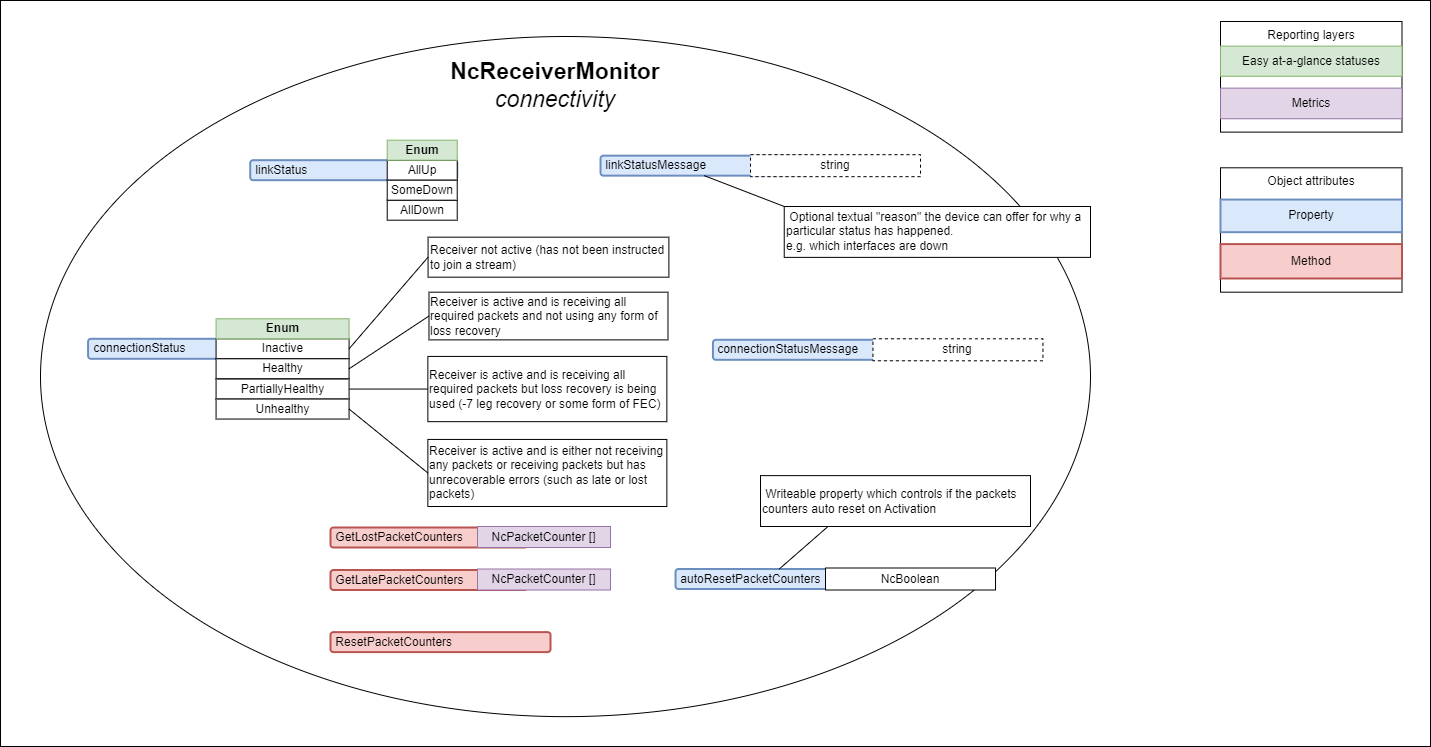
This is docs/images/receiver-model-connectivity.png from AMWA-TV/bcp-008-01, a draw.io export, as it was before one commit. Source tidied: cells renumbered, new cells last; positions are measured from the earlier drawing's top-left corner, leaving out a move shared by most shapes.
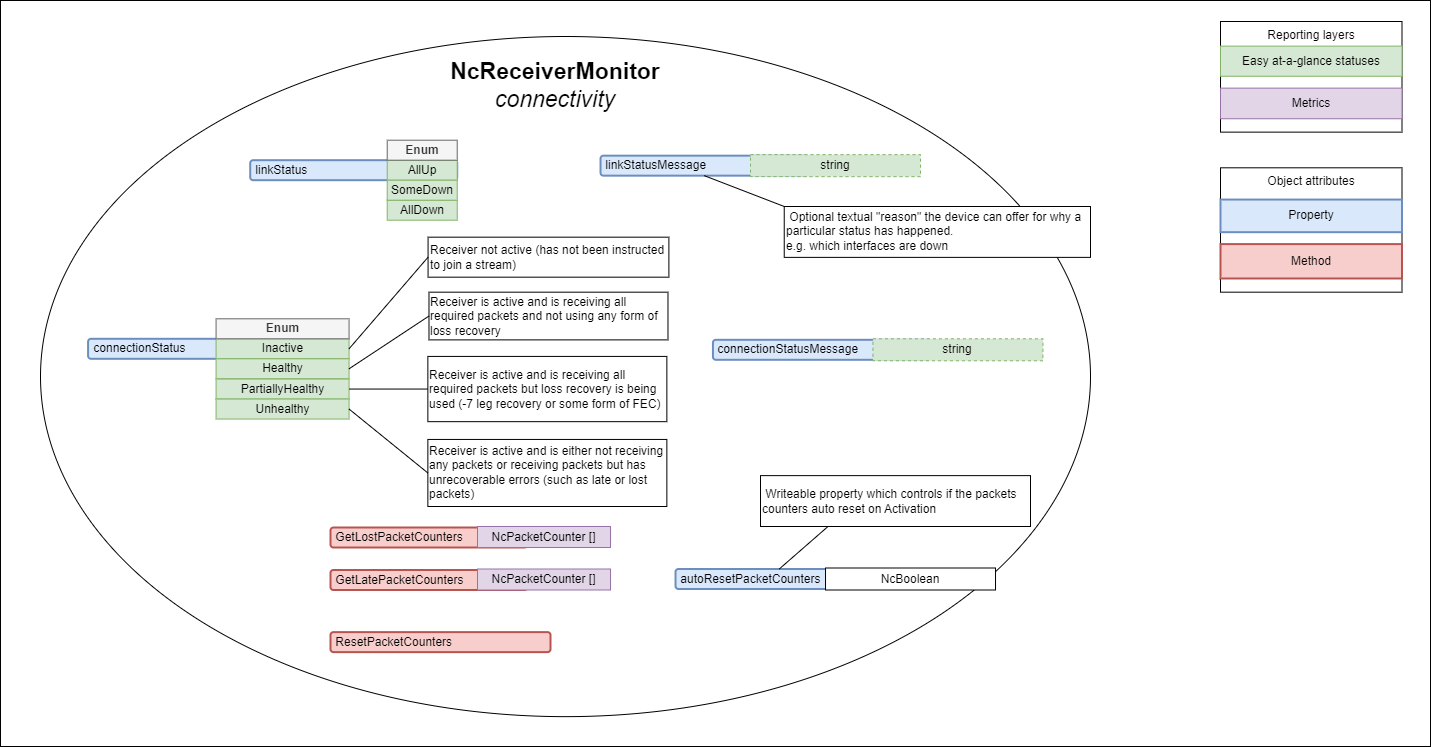
Later version of the same file.

Diff of the diagram source:
```diff
@@ -32,34 +32,34 @@
     <mxCell id="11" value="&amp;nbsp;linkStatus" style="rounded=1;whiteSpace=wrap;html=1;align=left;fillColor=#dae8fc;strokeColor=#6c8ebf;strokeWidth=2;" parent="1" vertex="1">
       <mxGeometry x="249.7" y="159.7" width="207" height="20" as="geometry" />
     </mxCell>
-    <mxCell id="12" value="AllUp" style="rounded=0;whiteSpace=wrap;html=1;" parent="1" vertex="1">
+    <mxCell id="12" value="AllUp" style="rounded=0;whiteSpace=wrap;html=1;fillColor=#d5e8d4;strokeColor=#82b366;" parent="1" vertex="1">
       <mxGeometry x="386.7" y="159.7" width="70" height="20" as="geometry" />
     </mxCell>
-    <mxCell id="13" value="AllDown" style="rounded=0;whiteSpace=wrap;html=1;" parent="1" vertex="1">
+    <mxCell id="13" value="AllDown" style="rounded=0;whiteSpace=wrap;html=1;fillColor=#d5e8d4;strokeColor=#82b366;" parent="1" vertex="1">
       <mxGeometry x="386.7" y="199.7" width="70" height="20" as="geometry" />
     </mxCell>
-    <mxCell id="14" value="SomeDown" style="rounded=0;whiteSpace=wrap;html=1;" parent="1" vertex="1">
+    <mxCell id="14" value="SomeDown" style="rounded=0;whiteSpace=wrap;html=1;fillColor=#d5e8d4;strokeColor=#82b366;" parent="1" vertex="1">
       <mxGeometry x="386.7" y="179.7" width="70" height="20" as="geometry" />
     </mxCell>
-    <mxCell id="15" value="Enum" style="rounded=0;whiteSpace=wrap;html=1;fillColor=#d5e8d4;strokeColor=#82b366;fontStyle=1;" parent="1" vertex="1">
+    <mxCell id="15" value="Enum" style="rounded=0;whiteSpace=wrap;html=1;fillColor=#f5f5f5;strokeColor=#666666;fontStyle=1;fontColor=#333333;" parent="1" vertex="1">
       <mxGeometry x="386.7" y="139.7" width="70" height="20" as="geometry" />
     </mxCell>
     <mxCell id="16" value="&amp;nbsp;connectionStatus" style="rounded=1;whiteSpace=wrap;html=1;align=left;fillColor=#dae8fc;strokeColor=#6c8ebf;strokeWidth=2;" parent="1" vertex="1">
       <mxGeometry x="87.6" y="338.3" width="198" height="20" as="geometry" />
     </mxCell>
-    <mxCell id="17" value="Inactive" style="rounded=0;whiteSpace=wrap;html=1;" parent="1" vertex="1">
+    <mxCell id="17" value="Inactive" style="rounded=0;whiteSpace=wrap;html=1;fillColor=#d5e8d4;strokeColor=#82b366;" parent="1" vertex="1">
       <mxGeometry x="215.6" y="338.3" width="133" height="20" as="geometry" />
     </mxCell>
-    <mxCell id="18" value="Healthy" style="rounded=0;whiteSpace=wrap;html=1;" parent="1" vertex="1">
+    <mxCell id="18" value="Healthy" style="rounded=0;whiteSpace=wrap;html=1;fillColor=#d5e8d4;strokeColor=#82b366;" parent="1" vertex="1">
       <mxGeometry x="215.6" y="358.3" width="133" height="20" as="geometry" />
     </mxCell>
-    <mxCell id="19" value="Enum" style="rounded=0;whiteSpace=wrap;html=1;fillColor=#d5e8d4;strokeColor=#82b366;fontStyle=1;" parent="1" vertex="1">
+    <mxCell id="19" value="Enum" style="rounded=0;whiteSpace=wrap;html=1;fillColor=#f5f5f5;strokeColor=#666666;fontStyle=1;fontColor=#333333;" parent="1" vertex="1">
       <mxGeometry x="215.6" y="318.3" width="133" height="20" as="geometry" />
     </mxCell>
-    <mxCell id="20" value="PartiallyHealthy" style="rounded=0;whiteSpace=wrap;html=1;" parent="1" vertex="1">
+    <mxCell id="20" value="PartiallyHealthy" style="rounded=0;whiteSpace=wrap;html=1;fillColor=#d5e8d4;strokeColor=#82b366;" parent="1" vertex="1">
       <mxGeometry x="215.6" y="378.6" width="133" height="20" as="geometry" />
     </mxCell>
-    <mxCell id="21" value="Unhealthy" style="rounded=0;whiteSpace=wrap;html=1;" parent="1" vertex="1">
+    <mxCell id="21" value="Unhealthy" style="rounded=0;whiteSpace=wrap;html=1;fillColor=#d5e8d4;strokeColor=#82b366;" parent="1" vertex="1">
       <mxGeometry x="215.6" y="398.6" width="133" height="20" as="geometry" />
     </mxCell>
     <mxCell id="22" value="Receiver not active (has not been instructed to join a stream)" style="text;html=1;strokeColor=default;fillColor=default;align=left;verticalAlign=middle;whiteSpace=wrap;rounded=0;" parent="1" vertex="1">
@@ -89,7 +89,7 @@
     <mxCell id="30" value="&amp;nbsp;linkStatusMessage" style="rounded=1;whiteSpace=wrap;html=1;align=left;fillColor=#dae8fc;strokeColor=#6c8ebf;strokeWidth=2;" parent="1" vertex="1">
       <mxGeometry x="600" y="155.2" width="207.5" height="20" as="geometry" />
     </mxCell>
-    <mxCell id="31" value="string" style="rounded=0;whiteSpace=wrap;html=1;dashed=1;" parent="1" vertex="1">
+    <mxCell id="31" value="string" style="rounded=0;whiteSpace=wrap;html=1;dashed=1;fillColor=#d5e8d4;strokeColor=#82b366;" parent="1" vertex="1">
       <mxGeometry x="750" y="154.2" width="170" height="22" as="geometry" />
     </mxCell>
     <mxCell id="32" value="&lt;div&gt;&amp;nbsp;Optional textual &quot;reason&quot; the device can offer for why a particular status has happened.&lt;/div&gt;&lt;div&gt;e.g. which interfaces are down&lt;br&gt;&lt;/div&gt;" style="text;html=1;strokeColor=default;fillColor=default;align=left;verticalAlign=middle;whiteSpace=wrap;rounded=0;" parent="1" vertex="1">
@@ -101,7 +101,7 @@
     <mxCell id="34" value="&amp;nbsp;connectionStatusMessage" style="rounded=1;whiteSpace=wrap;html=1;align=left;fillColor=#dae8fc;strokeColor=#6c8ebf;strokeWidth=2;" parent="1" vertex="1">
       <mxGeometry x="712.4" y="339.3" width="217.5" height="20" as="geometry" />
     </mxCell>
-    <mxCell id="35" value="string" style="rounded=0;whiteSpace=wrap;html=1;dashed=1;" parent="1" vertex="1">
+    <mxCell id="35" value="string" style="rounded=0;whiteSpace=wrap;html=1;dashed=1;fillColor=#d5e8d4;strokeColor=#82b366;" parent="1" vertex="1">
       <mxGeometry x="872.4" y="338.3" width="170" height="22" as="geometry" />
     </mxCell>
     <mxCell id="36" value="&amp;nbsp;GetLostPacketCounters" style="rounded=1;whiteSpace=wrap;html=1;align=left;fillColor=#f8cecc;strokeColor=#b85450;strokeWidth=2;" parent="1" vertex="1">
```
